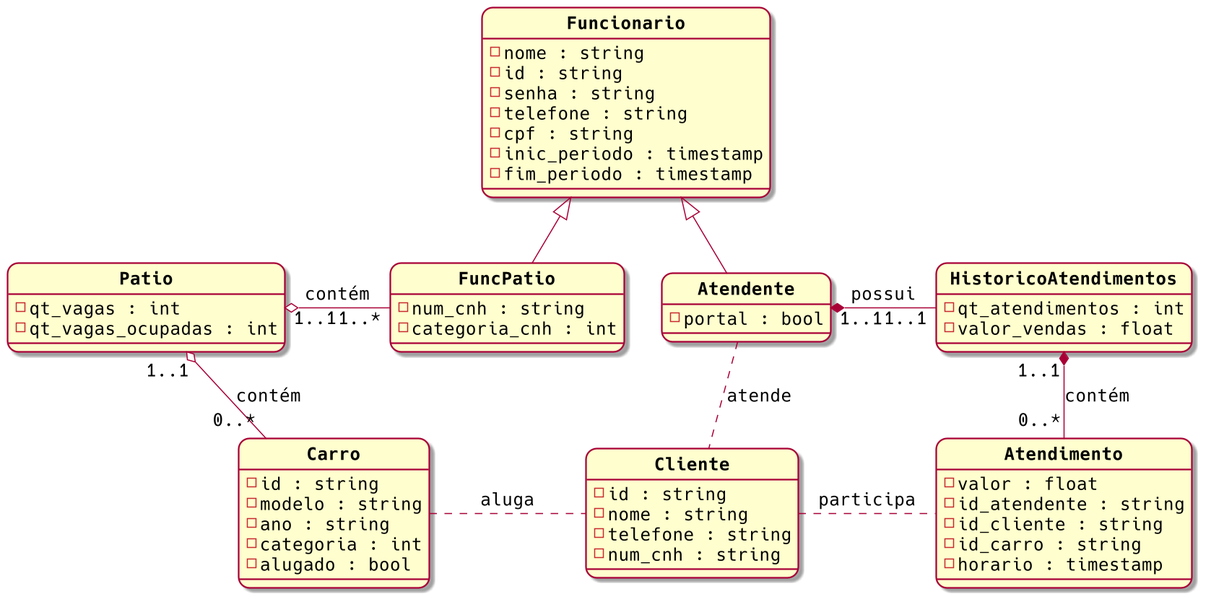
sociedade-do-pastel/vl keeps this PlantUML diagram as images/class_diagram.png. Above is the earlier version.
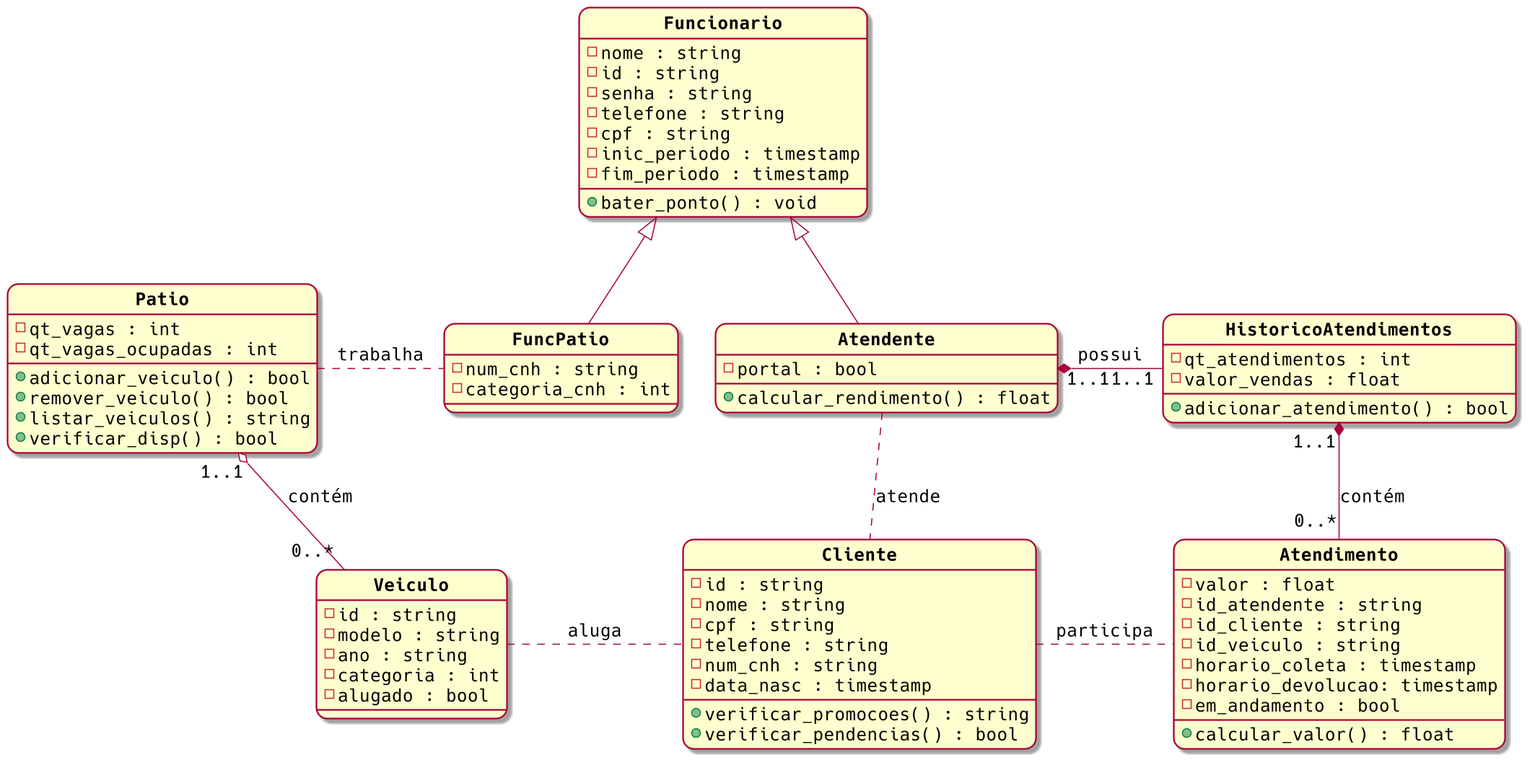
After the change.

Commit message:
Adicionados métodos no diagrama de classes

What changed in the source:
```diff
@@ -7,7 +7,7 @@
 hide circle
 
 class "**Cliente**" as Cliente
-class "**Carro**" as Carro
+class "**Veiculo**" as Veiculo
 class "**Patio**" as Patio
 class "**Funcionario**" as Funcionario
 class "**Atendente**" as Atendente
@@ -18,10 +18,14 @@
 class Cliente {
       -id : string
       -nome : string
+      -cpf : string
       -telefone : string
       -num_cnh : string
+      -data_nasc : timestamp
+      +verificar_promocoes() : string
+      +verificar_pendencias() : bool
 }
-class Carro {
+class Veiculo {
       -id : string
       -modelo : string
       -ano : string
@@ -31,6 +35,10 @@
 class Patio {
       -qt_vagas : int
       -qt_vagas_ocupadas : int
+      +adicionar_veiculo() : bool
+      +remover_veiculo() : bool
+      +listar_veiculos() : string
+      +verificar_disp() : bool
 }
 class Funcionario {
       -nome : string
@@ -40,9 +48,11 @@
       -cpf : string
       -inic_periodo : timestamp
       -fim_periodo : timestamp
+      +bater_ponto() : void
 }
 class Atendente {
       -portal : bool
+      +calcular_rendimento() : float
 }
 class FuncPatio {
       -num_cnh : string
@@ -51,22 +61,26 @@
 class HistoricoAtendimentos {
       -qt_atendimentos : int
       -valor_vendas : float
+      +adicionar_atendimento() : bool
 }
 class Atendimento {
       -valor : float
       -id_atendente : string
       -id_cliente : string
-      -id_carro : string
-      -horario : timestamp
+      -id_veiculo : string
+      -horario_coleta : timestamp
+      -horario_devolucao: timestamp
+      -em_andamento : bool
+      +calcular_valor() : float
 }
 
-Patio "1..1" o-down- "0..*" Carro : contém
-Patio "1..1" o-right- "1..*" FuncPatio : contém
+Patio "1..1" o-down- "0..*" Veiculo : contém
+Patio .right. FuncPatio : trabalha
 Funcionario <|-- Atendente
 Funcionario <|-- FuncPatio
 Atendente .. Cliente : atende
 Cliente .right. Atendimento : participa
-Carro .right. Cliente : aluga
+Veiculo .right. Cliente : aluga
 Atendente "1..1" *-right- "1..1" HistoricoAtendimentos : possui
 HistoricoAtendimentos "1..1" *-down- "0..*" Atendimento : contém
 @enduml
```
